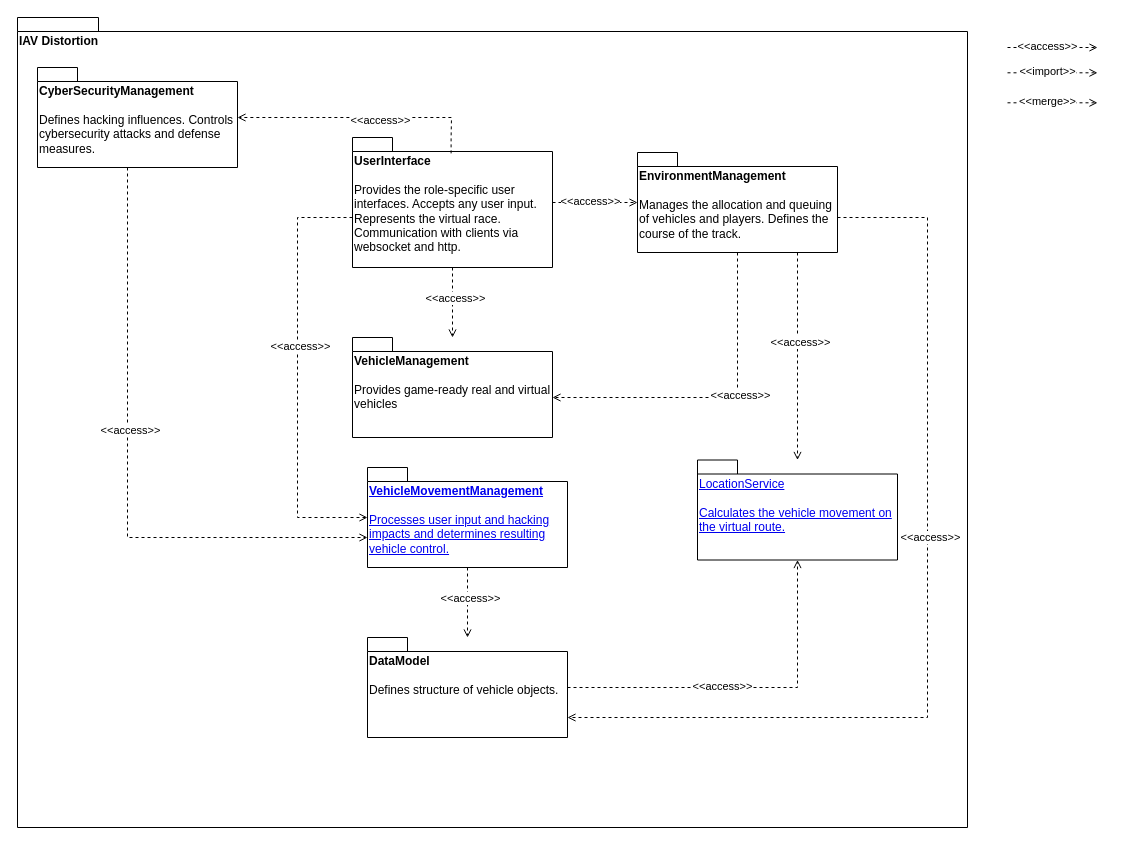
Before: page "Package diagram" (1 of 8) of doc/software_architecture.drawio in iavofficial/IAV_Distortion, a draw.io diagram. Source tidied: cells renumbered, new cells numbered last; positions are measured from the earlier drawing's top-left corner, leaving out a move shared by most shapes. Both pictures are drawn from the tidied source at 100%, with x=0, y=0 at pixel (17, 17).
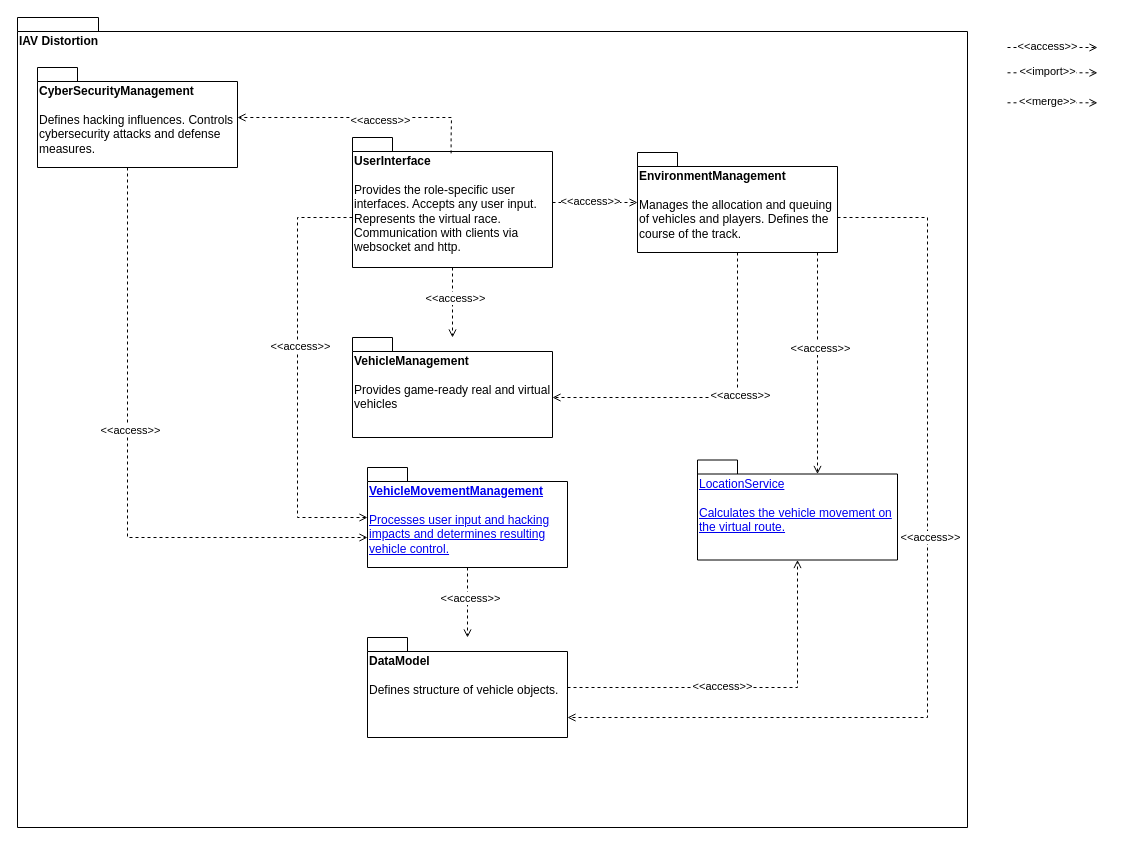
The same page after the edit.

Unchanged cells that the change refers to:
```xml
<mxCell id="3" value="LocationService&lt;div&gt;&lt;br&gt;&lt;/div&gt;&lt;div&gt;&lt;span style=&quot;font-weight: normal;&quot;&gt;Calculates the vehicle movement on the virtual route.&lt;/span&gt;&lt;br&gt;&lt;/div&gt;" style="shape=folder;fontStyle=4;spacingTop=10;tabWidth=40;tabHeight=14;tabPosition=left;html=1;whiteSpace=wrap;align=left;verticalAlign=top;fontColor=#0000EE;" parent="1" vertex="1">
  <mxGeometry x="680" y="442.5" width="200" height="100" as="geometry" />
</mxCell>
<mxCell id="12" value="EnvironmentManagement&lt;div&gt;&lt;span style=&quot;font-weight: normal;&quot;&gt;&lt;br&gt;&lt;/span&gt;&lt;/div&gt;&lt;div&gt;&lt;span style=&quot;font-weight: normal;&quot;&gt;Manages the allocation and queuing of vehicles and players. Defines the course of the track.&lt;/span&gt;&lt;br&gt;&lt;/div&gt;" style="shape=folder;fontStyle=1;spacingTop=10;tabWidth=40;tabHeight=14;tabPosition=left;html=1;whiteSpace=wrap;verticalAlign=top;align=left;" parent="11" vertex="1">
  <mxGeometry width="200" height="100" as="geometry" />
</mxCell>
```

Diff of the diagram source:
```diff
@@
-    <mxCell id="35" style="endArrow=open;dashed=1;html=1;rounded=0;edgeStyle=orthogonalEdgeStyle;endFill=0;" parent="1" edge="1" source="12" target="3">
+    <mxCell id="35" style="endArrow=open;dashed=1;html=1;rounded=0;edgeStyle=orthogonalEdgeStyle;endFill=0;entryX=0;entryY=0;entryDx=120;entryDy=14;entryPerimeter=0;" parent="1" edge="1" source="12" target="3">
       <mxGeometry relative="1" as="geometry">
         <Array as="points">
-          <mxPoint x="780" y="300" />
-          <mxPoint x="780" y="300" />
+          <mxPoint x="800" y="350" />
+          <mxPoint x="800" y="350" />
         </Array>
       </mxGeometry>
     </mxCell>
```
